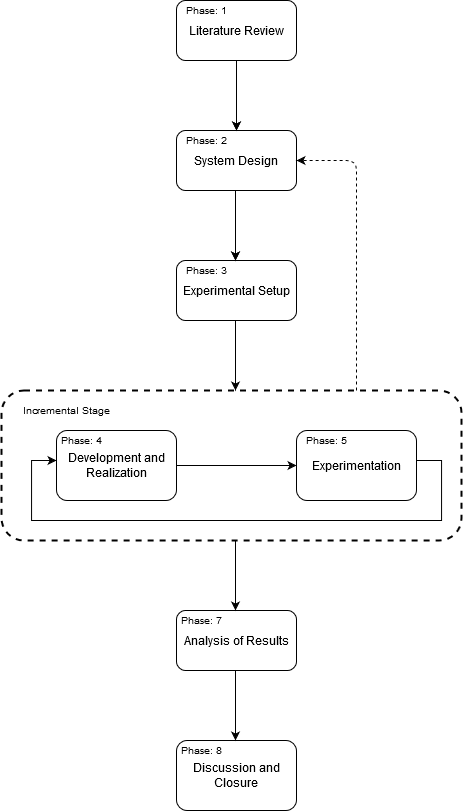
This is figures/methodology/methodology.png from wylieza/thesis, a draw.io export, as it was before one commit. Source tidied: cells renumbered, new cells last; positions are measured from the earlier drawing's top-left corner, leaving out a move shared by most shapes.
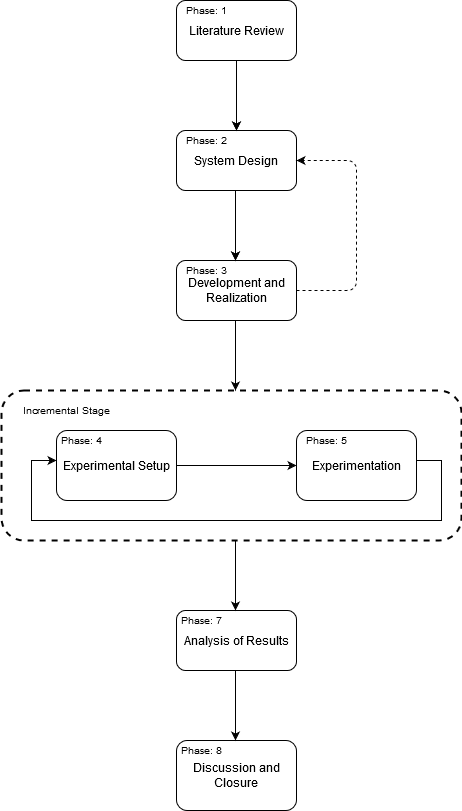
Later version of the same file.

Commit message:
methodology up to end of phase 3

Change to the diagram source:
```diff
@@ -32,7 +32,7 @@
     <mxCell id="8" value="Experimentation" style="rounded=1;whiteSpace=wrap;html=1;" parent="1" vertex="1">
       <mxGeometry x="295" y="430" width="120" height="70" as="geometry" />
     </mxCell>
-    <mxCell id="9" value="Experimental Setup" style="rounded=1;whiteSpace=wrap;html=1;" parent="1" vertex="1">
+    <mxCell id="9" value="Development and Realization" style="rounded=1;whiteSpace=wrap;html=1;" parent="1" vertex="1">
       <mxGeometry x="175" y="260" width="120" height="60" as="geometry" />
     </mxCell>
     <mxCell id="10" style="edgeStyle=orthogonalEdgeStyle;rounded=0;orthogonalLoop=1;jettySize=auto;html=1;entryX=0.5;entryY=0;entryDx=0;entryDy=0;" parent="1" edge="1">
@@ -95,10 +95,10 @@
     <mxCell id="23" value="Phase: 8" style="text;html=1;strokeColor=none;fillColor=none;align=center;verticalAlign=middle;whiteSpace=wrap;rounded=0;fontSize=10;" parent="1" vertex="1">
       <mxGeometry x="170" y="740" width="60" height="20" as="geometry" />
     </mxCell>
-    <mxCell id="24" style="endArrow=classic;dashed=1;html=1;fontSize=10;entryX=1;entryY=0.5;entryDx=0;entryDy=0;endFill=1;" parent="1" edge="1" target="5">
+    <mxCell id="24" style="endArrow=classic;dashed=1;html=1;fontSize=10;entryX=1;entryY=0.5;entryDx=0;entryDy=0;endFill=1;exitX=1;exitY=0.5;exitDx=0;exitDy=0;" parent="1" edge="1" source="9" target="5">
       <mxGeometry relative="1" as="geometry">
-        <mxPoint x="355" y="390" as="sourcePoint" />
         <Array as="points">
+          <mxPoint x="355" y="290" />
           <mxPoint x="355" y="160" />
         </Array>
       </mxGeometry>
@@ -106,7 +106,7 @@
     <mxCell id="25" value="Incremental Stage" style="text;html=1;strokeColor=none;fillColor=none;align=center;verticalAlign=middle;whiteSpace=wrap;rounded=0;fontSize=10;" parent="1" vertex="1">
       <mxGeometry x="10" y="400" width="110" height="20" as="geometry" />
     </mxCell>
-    <mxCell id="26" value="Development and Realization" style="rounded=1;whiteSpace=wrap;html=1;" parent="1" vertex="1">
+    <mxCell id="26" value="Experimental Setup" style="rounded=1;whiteSpace=wrap;html=1;" parent="1" vertex="1">
       <mxGeometry x="55" y="430" width="120" height="70" as="geometry" />
     </mxCell>
     <mxCell id="27" value="Phase: 4" style="text;html=1;strokeColor=none;fillColor=none;align=center;verticalAlign=middle;whiteSpace=wrap;rounded=0;fontSize=10;" parent="1" vertex="1">
```
